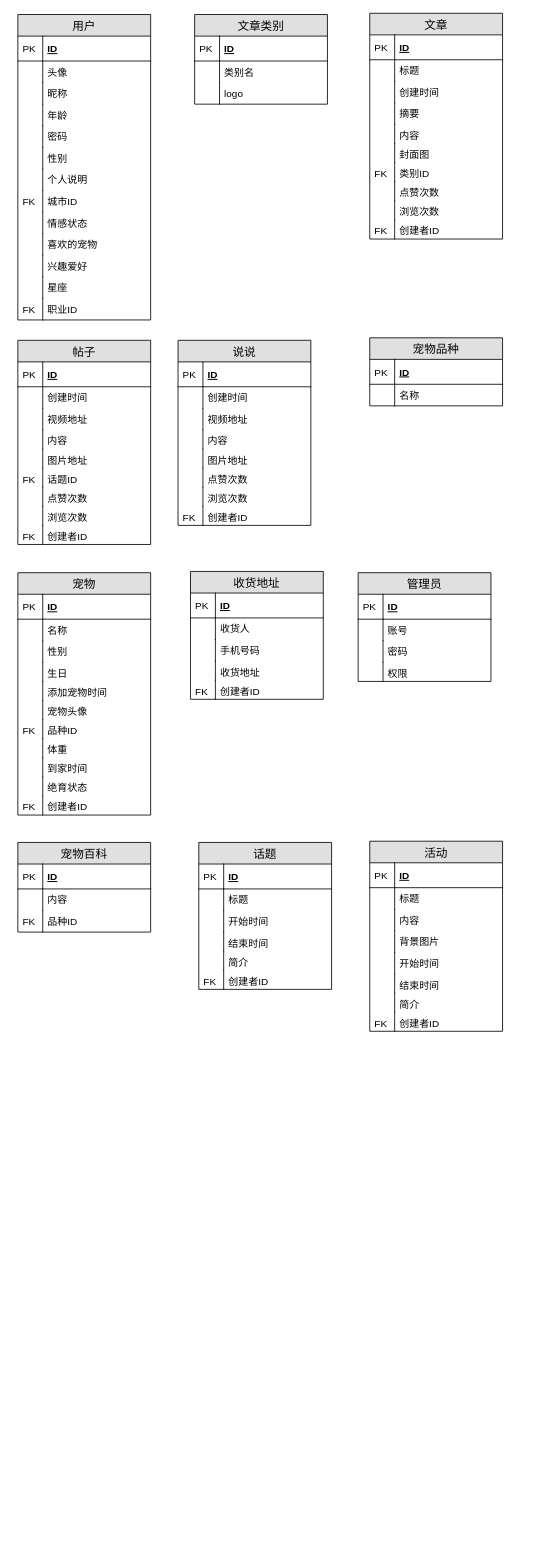
JMHello/draw keeps this draw.io diagram as pet/uml/面向对象数据库设计.drawio. Above is the earlier version. Source tidied: cells renumbered, new cells numbered last; positions are measured from the earlier drawing's top-left corner, leaving out a move shared by most shapes. Both pictures are drawn from the tidied source at 83%, with x=0, y=0 at pixel (17, 12).
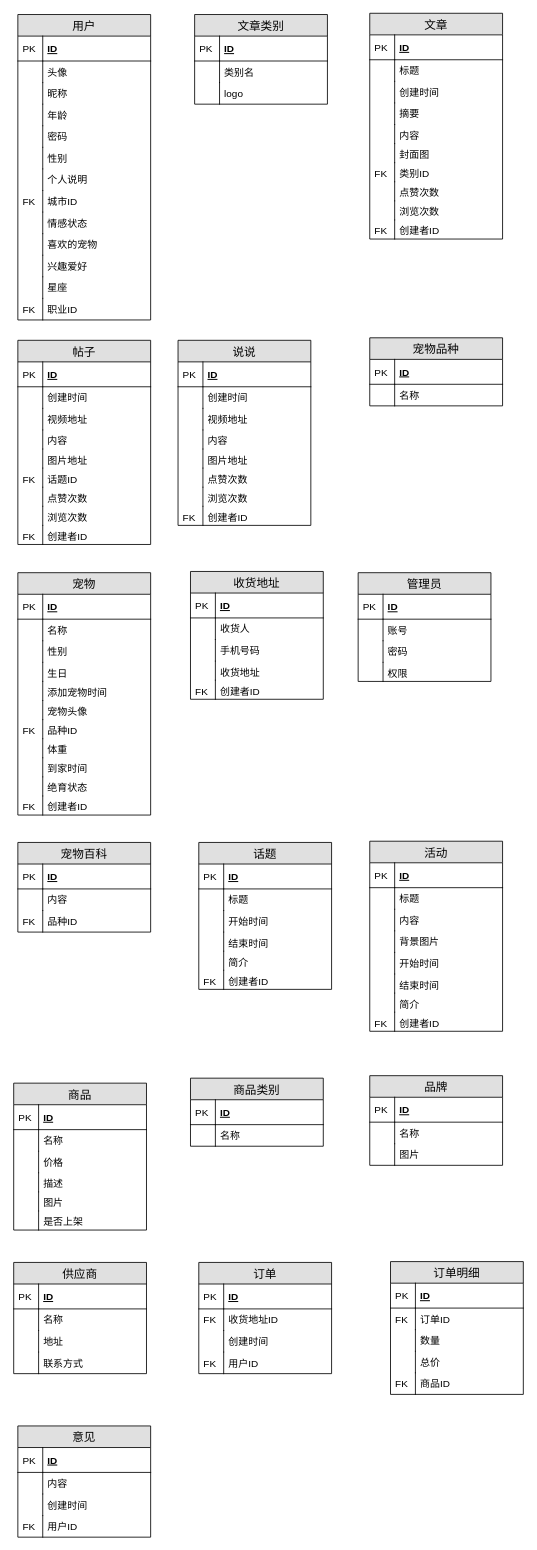
The same page after the edit.

Commit message (it also covers changes not shown here):
Update 面向对象数据库设计.drawio

Diff of the diagram source:
```diff
@@
+    <mxCell id="178" value="商品" style="swimlane;fontStyle=0;horizontal=1;startSize=26;fillColor=#e0e0e0;swimlaneFillColor=#ffffff;align=center;fontSize=14;" parent="1" vertex="1">
+      <mxGeometry x="-5" y="1289.5" width="160" height="177" as="geometry" />
+    </mxCell>
+    <mxCell id="179" value="ID" style="shape=partialRectangle;top=0;left=0;right=0;bottom=1;align=left;verticalAlign=middle;fillColor=none;spacingLeft=34;spacingRight=4;overflow=hidden;fontStyle=5;fontSize=12;" parent="178" vertex="1">
+      <mxGeometry y="26" width="160" height="30" as="geometry" />
+    </mxCell>
+    <mxCell id="180" value="PK" style="shape=partialRectangle;top=0;left=0;bottom=0;fillColor=none;align=left;verticalAlign=middle;spacingLeft=4;spacingRight=4;overflow=hidden;fontSize=12;" parent="179" vertex="1">
+      <mxGeometry width="30" height="30" as="geometry" />
+    </mxCell>
+    <mxCell id="181" value="名称" style="shape=partialRectangle;top=0;left=0;right=0;bottom=0;align=left;verticalAlign=top;fillColor=none;spacingLeft=34;spacingRight=4;overflow=hidden;fontSize=12;" parent="178" vertex="1">
+      <mxGeometry y="56" width="160" height="26" as="geometry" />
+    </mxCell>
+    <mxCell id="182" style="shape=partialRectangle;top=0;left=0;bottom=0;fillColor=none;align=left;verticalAlign=top;spacingLeft=4;spacingRight=4;overflow=hidden;fontSize=12;" parent="181" vertex="1">
+      <mxGeometry width="30" height="26" as="geometry" />
+    </mxCell>
+    <mxCell id="183" value="价格" style="shape=partialRectangle;top=0;left=0;right=0;bottom=0;align=left;verticalAlign=top;fillColor=none;spacingLeft=34;spacingRight=4;overflow=hidden;fontSize=12;" parent="178" vertex="1">
+      <mxGeometry y="82" width="160" height="26" as="geometry" />
+    </mxCell>
+    <mxCell id="184" style="shape=partialRectangle;top=0;left=0;bottom=0;fillColor=none;align=left;verticalAlign=top;spacingLeft=4;spacingRight=4;overflow=hidden;fontSize=12;" parent="183" vertex="1">
+      <mxGeometry width="30" height="26" as="geometry" />
+    </mxCell>
+    <mxCell id="185" value="描述" style="shape=partialRectangle;top=0;left=0;right=0;bottom=0;align=left;verticalAlign=top;fillColor=none;spacingLeft=34;spacingRight=4;overflow=hidden;fontSize=12;" parent="178" vertex="1">
+      <mxGeometry y="108" width="160" height="23" as="geometry" />
+    </mxCell>
+    <mxCell id="186" style="shape=partialRectangle;top=0;left=0;bottom=0;fillColor=none;align=left;verticalAlign=top;spacingLeft=4;spacingRight=4;overflow=hidden;fontSize=12;" parent="185" vertex="1">
+      <mxGeometry width="30" height="23" as="geometry" />
+    </mxCell>
+    <mxCell id="187" value="图片" style="shape=partialRectangle;top=0;left=0;right=0;bottom=0;align=left;verticalAlign=top;fillColor=none;spacingLeft=34;spacingRight=4;overflow=hidden;fontSize=12;" parent="178" vertex="1">
+      <mxGeometry y="131" width="160" height="23" as="geometry" />
+    </mxCell>
+    <mxCell id="188" style="shape=partialRectangle;top=0;left=0;bottom=0;fillColor=none;align=left;verticalAlign=top;spacingLeft=4;spacingRight=4;overflow=hidden;fontSize=12;" parent="187" vertex="1">
+      <mxGeometry width="30" height="23" as="geometry" />
+    </mxCell>
+    <mxCell id="189" value="是否上架" style="shape=partialRectangle;top=0;left=0;right=0;bottom=0;align=left;verticalAlign=top;fillColor=none;spacingLeft=34;spacingRight=4;overflow=hidden;fontSize=12;" parent="178" vertex="1">
+      <mxGeometry y="154" width="160" height="23" as="geometry" />
+    </mxCell>
+    <mxCell id="190" style="shape=partialRectangle;top=0;left=0;bottom=0;fillColor=none;align=left;verticalAlign=top;spacingLeft=4;spacingRight=4;overflow=hidden;fontSize=12;" parent="189" vertex="1">
+      <mxGeometry width="30" height="23" as="geometry" />
+    </mxCell>
+    <mxCell id="191" value="商品类别" style="swimlane;fontStyle=0;horizontal=1;startSize=26;fillColor=#e0e0e0;swimlaneFillColor=#ffffff;align=center;fontSize=14;" parent="1" vertex="1">
+      <mxGeometry x="208" y="1283.5" width="160" height="82" as="geometry" />
+    </mxCell>
+    <mxCell id="192" value="ID" style="shape=partialRectangle;top=0;left=0;right=0;bottom=1;align=left;verticalAlign=middle;fillColor=none;spacingLeft=34;spacingRight=4;overflow=hidden;fontStyle=5;fontSize=12;" parent="191" vertex="1">
+      <mxGeometry y="26" width="160" height="30" as="geometry" />
+    </mxCell>
+    <mxCell id="193" value="PK" style="shape=partialRectangle;top=0;left=0;bottom=0;fillColor=none;align=left;verticalAlign=middle;spacingLeft=4;spacingRight=4;overflow=hidden;fontSize=12;" parent="192" vertex="1">
+      <mxGeometry width="30" height="30" as="geometry" />
+    </mxCell>
+    <mxCell id="194" value="名称" style="shape=partialRectangle;top=0;left=0;right=0;bottom=0;align=left;verticalAlign=top;fillColor=none;spacingLeft=34;spacingRight=4;overflow=hidden;fontSize=12;" parent="191" vertex="1">
+      <mxGeometry y="56" width="160" height="26" as="geometry" />
+    </mxCell>
+    <mxCell id="195" style="shape=partialRectangle;top=0;left=0;bottom=0;fillColor=none;align=left;verticalAlign=top;spacingLeft=4;spacingRight=4;overflow=hidden;fontSize=12;" parent="194" vertex="1">
+      <mxGeometry width="30" height="26" as="geometry" />
+    </mxCell>
+    <mxCell id="196" value="品牌" style="swimlane;fontStyle=0;horizontal=1;startSize=26;fillColor=#e0e0e0;swimlaneFillColor=#ffffff;align=center;fontSize=14;" parent="1" vertex="1">
+      <mxGeometry x="424" y="1280.5" width="160" height="108" as="geometry" />
+    </mxCell>
+    <mxCell id="197" value="ID" style="shape=partialRectangle;top=0;left=0;right=0;bottom=1;align=left;verticalAlign=middle;fillColor=none;spacingLeft=34;spacingRight=4;overflow=hidden;fontStyle=5;fontSize=12;" parent="196" vertex="1">
+      <mxGeometry y="26" width="160" height="30" as="geometry" />
+    </mxCell>
+    <mxCell id="198" value="PK" style="shape=partialRectangle;top=0;left=0;bottom=0;fillColor=none;align=left;verticalAlign=middle;spacingLeft=4;spacingRight=4;overflow=hidden;fontSize=12;" parent="197" vertex="1">
+      <mxGeometry width="30" height="30" as="geometry" />
+    </mxCell>
+    <mxCell id="199" value="名称" style="shape=partialRectangle;top=0;left=0;right=0;bottom=0;align=left;verticalAlign=top;fillColor=none;spacingLeft=34;spacingRight=4;overflow=hidden;fontSize=12;" parent="196" vertex="1">
+      <mxGeometry y="56" width="160" height="26" as="geometry" />
+    </mxCell>
+    <mxCell id="200" style="shape=partialRectangle;top=0;left=0;bottom=0;fillColor=none;align=left;verticalAlign=top;spacingLeft=4;spacingRight=4;overflow=hidden;fontSize=12;" parent="199" vertex="1">
+      <mxGeometry width="30" height="26" as="geometry" />
+    </mxCell>
+    <mxCell id="201" value="图片" style="shape=partialRectangle;top=0;left=0;right=0;bottom=0;align=left;verticalAlign=top;fillColor=none;spacingLeft=34;spacingRight=4;overflow=hidden;fontSize=12;" parent="196" vertex="1">
+      <mxGeometry y="82" width="160" height="26" as="geometry" />
+    </mxCell>
+    <mxCell id="202" style="shape=partialRectangle;top=0;left=0;bottom=0;fillColor=none;align=left;verticalAlign=top;spacingLeft=4;spacingRight=4;overflow=hidden;fontSize=12;" parent="201" vertex="1">
+      <mxGeometry width="30" height="26" as="geometry" />
+    </mxCell>
+    <mxCell id="203" value="供应商" style="swimlane;fontStyle=0;horizontal=1;startSize=26;fillColor=#e0e0e0;swimlaneFillColor=#ffffff;align=center;fontSize=14;" parent="1" vertex="1">
+      <mxGeometry x="-5" y="1505.5" width="160" height="134" as="geometry" />
+    </mxCell>
+    <mxCell id="204" value="ID" style="shape=partialRectangle;top=0;left=0;right=0;bottom=1;align=left;verticalAlign=middle;fillColor=none;spacingLeft=34;spacingRight=4;overflow=hidden;fontStyle=5;fontSize=12;" parent="203" vertex="1">
+      <mxGeometry y="26" width="160" height="30" as="geometry" />
+    </mxCell>
+    <mxCell id="205" value="PK" style="shape=partialRectangle;top=0;left=0;bottom=0;fillColor=none;align=left;verticalAlign=middle;spacingLeft=4;spacingRight=4;overflow=hidden;fontSize=12;" parent="204" vertex="1">
+      <mxGeometry width="30" height="30" as="geometry" />
+    </mxCell>
+    <mxCell id="206" value="名称" style="shape=partialRectangle;top=0;left=0;right=0;bottom=0;align=left;verticalAlign=top;fillColor=none;spacingLeft=34;spacingRight=4;overflow=hidden;fontSize=12;" parent="203" vertex="1">
+      <mxGeometry y="56" width="160" height="26" as="geometry" />
+    </mxCell>
+    <mxCell id="207" style="shape=partialRectangle;top=0;left=0;bottom=0;fillColor=none;align=left;verticalAlign=top;spacingLeft=4;spacingRight=4;overflow=hidden;fontSize=12;" parent="206" vertex="1">
+      <mxGeometry width="30" height="26" as="geometry" />
+    </mxCell>
+    <mxCell id="208" value="地址" style="shape=partialRectangle;top=0;left=0;right=0;bottom=0;align=left;verticalAlign=top;fillColor=none;spacingLeft=34;spacingRight=4;overflow=hidden;fontSize=12;" parent="203" vertex="1">
+      <mxGeometry y="82" width="160" height="26" as="geometry" />
+    </mxCell>
+    <mxCell id="209" style="shape=partialRectangle;top=0;left=0;bottom=0;fillColor=none;align=left;verticalAlign=top;spacingLeft=4;spacingRight=4;overflow=hidden;fontSize=12;" parent="208" vertex="1">
+      <mxGeometry width="30" height="26" as="geometry" />
+    </mxCell>
+    <mxCell id="210" value="联系方式" style="shape=partialRectangle;top=0;left=0;right=0;bottom=0;align=left;verticalAlign=top;fillColor=none;spacingLeft=34;spacingRight=4;overflow=hidden;fontSize=12;" parent="203" vertex="1">
+      <mxGeometry y="108" width="160" height="26" as="geometry" />
+    </mxCell>
+    <mxCell id="211" style="shape=partialRectangle;top=0;left=0;bottom=0;fillColor=none;align=left;verticalAlign=top;spacingLeft=4;spacingRight=4;overflow=hidden;fontSize=12;" parent="210" vertex="1">
+      <mxGeometry width="30" height="26" as="geometry" />
+    </mxCell>
+    <mxCell id="212" value="订单" style="swimlane;fontStyle=0;horizontal=1;startSize=26;fillColor=#e0e0e0;swimlaneFillColor=#ffffff;align=center;fontSize=14;" parent="1" vertex="1">
+      <mxGeometry x="218" y="1505.5" width="160" height="134" as="geometry" />
+    </mxCell>
+    <mxCell id="213" value="ID" style="shape=partialRectangle;top=0;left=0;right=0;bottom=1;align=left;verticalAlign=middle;fillColor=none;spacingLeft=34;spacingRight=4;overflow=hidden;fontStyle=5;fontSize=12;" parent="212" vertex="1">
+      <mxGeometry y="26" width="160" height="30" as="geometry" />
+    </mxCell>
+    <mxCell id="214" value="PK" style="shape=partialRectangle;top=0;left=0;bottom=0;fillColor=none;align=left;verticalAlign=middle;spacingLeft=4;spacingRight=4;overflow=hidden;fontSize=12;" parent="213" vertex="1">
+      <mxGeometry width="30" height="30" as="geometry" />
+    </mxCell>
+    <mxCell id="215" value="收货地址ID&#10;" style="shape=partialRectangle;top=0;left=0;right=0;bottom=0;align=left;verticalAlign=top;fillColor=none;spacingLeft=34;spacingRight=4;overflow=hidden;fontSize=12;" parent="212" vertex="1">
+      <mxGeometry y="56" width="160" height="26" as="geometry" />
+    </mxCell>
+    <mxCell id="216" value="FK" style="shape=partialRectangle;top=0;left=0;bottom=0;fillColor=none;align=left;verticalAlign=top;spacingLeft=4;spacingRight=4;overflow=hidden;fontSize=12;" parent="215" vertex="1">
+      <mxGeometry width="30" height="26" as="geometry" />
+    </mxCell>
+    <mxCell id="217" value="创建时间" style="shape=partialRectangle;top=0;left=0;right=0;bottom=0;align=left;verticalAlign=top;fillColor=none;spacingLeft=34;spacingRight=4;overflow=hidden;fontSize=12;" parent="212" vertex="1">
+      <mxGeometry y="82" width="160" height="26" as="geometry" />
+    </mxCell>
+    <mxCell id="218" style="shape=partialRectangle;top=0;left=0;bottom=0;fillColor=none;align=left;verticalAlign=top;spacingLeft=4;spacingRight=4;overflow=hidden;fontSize=12;" parent="217" vertex="1">
+      <mxGeometry width="30" height="26" as="geometry" />
+    </mxCell>
+    <mxCell id="219" value="用户ID" style="shape=partialRectangle;top=0;left=0;right=0;bottom=0;align=left;verticalAlign=top;fillColor=none;spacingLeft=34;spacingRight=4;overflow=hidden;fontSize=12;" parent="212" vertex="1">
+      <mxGeometry y="108" width="160" height="26" as="geometry" />
+    </mxCell>
+    <mxCell id="220" value="FK" style="shape=partialRectangle;top=0;left=0;bottom=0;fillColor=none;align=left;verticalAlign=top;spacingLeft=4;spacingRight=4;overflow=hidden;fontSize=12;" parent="219" vertex="1">
+      <mxGeometry width="30" height="26" as="geometry" />
+    </mxCell>
+    <mxCell id="221" value="订单明细" style="swimlane;fontStyle=0;horizontal=1;startSize=26;fillColor=#e0e0e0;swimlaneFillColor=#ffffff;align=center;fontSize=14;" parent="1" vertex="1">
+      <mxGeometry x="449" y="1504.5" width="160" height="160" as="geometry" />
+    </mxCell>
+    <mxCell id="222" value="ID" style="shape=partialRectangle;top=0;left=0;right=0;bottom=1;align=left;verticalAlign=middle;fillColor=none;spacingLeft=34;spacingRight=4;overflow=hidden;fontStyle=5;fontSize=12;" parent="221" vertex="1">
+      <mxGeometry y="26" width="160" height="30" as="geometry" />
+    </mxCell>
+    <mxCell id="223" value="PK" style="shape=partialRectangle;top=0;left=0;bottom=0;fillColor=none;align=left;verticalAlign=middle;spacingLeft=4;spacingRight=4;overflow=hidden;fontSize=12;" parent="222" vertex="1">
+      <mxGeometry width="30" height="30" as="geometry" />
+    </mxCell>
+    <mxCell id="224" value="订单ID&#10;" style="shape=partialRectangle;top=0;left=0;right=0;bottom=0;align=left;verticalAlign=top;fillColor=none;spacingLeft=34;spacingRight=4;overflow=hidden;fontSize=12;" parent="221" vertex="1">
+      <mxGeometry y="56" width="160" height="26" as="geometry" />
+    </mxCell>
+    <mxCell id="225" value="FK" style="shape=partialRectangle;top=0;left=0;bottom=0;fillColor=none;align=left;verticalAlign=top;spacingLeft=4;spacingRight=4;overflow=hidden;fontSize=12;" parent="224" vertex="1">
+      <mxGeometry width="30" height="26" as="geometry" />
+    </mxCell>
+    <mxCell id="226" value="数量" style="shape=partialRectangle;top=0;left=0;right=0;bottom=0;align=left;verticalAlign=top;fillColor=none;spacingLeft=34;spacingRight=4;overflow=hidden;fontSize=12;" parent="221" vertex="1">
+      <mxGeometry y="82" width="160" height="26" as="geometry" />
+    </mxCell>
+    <mxCell id="227" style="shape=partialRectangle;top=0;left=0;bottom=0;fillColor=none;align=left;verticalAlign=top;spacingLeft=4;spacingRight=4;overflow=hidden;fontSize=12;" parent="226" vertex="1">
+      <mxGeometry width="30" height="26" as="geometry" />
+    </mxCell>
+    <mxCell id="228" value="总价" style="shape=partialRectangle;top=0;left=0;right=0;bottom=0;align=left;verticalAlign=top;fillColor=none;spacingLeft=34;spacingRight=4;overflow=hidden;fontSize=12;" parent="221" vertex="1">
+      <mxGeometry y="108" width="160" height="26" as="geometry" />
+    </mxCell>
+    <mxCell id="229" style="shape=partialRectangle;top=0;left=0;bottom=0;fillColor=none;align=left;verticalAlign=top;spacingLeft=4;spacingRight=4;overflow=hidden;fontSize=12;" parent="228" vertex="1">
+      <mxGeometry width="30" height="26" as="geometry" />
+    </mxCell>
+    <mxCell id="230" value="商品ID&#10;" style="shape=partialRectangle;top=0;left=0;right=0;bottom=0;align=left;verticalAlign=top;fillColor=none;spacingLeft=34;spacingRight=4;overflow=hidden;fontSize=12;" parent="221" vertex="1">
+      <mxGeometry y="134" width="160" height="26" as="geometry" />
+    </mxCell>
+    <mxCell id="231" value="FK" style="shape=partialRectangle;top=0;left=0;bottom=0;fillColor=none;align=left;verticalAlign=top;spacingLeft=4;spacingRight=4;overflow=hidden;fontSize=12;" parent="230" vertex="1">
+      <mxGeometry width="30" height="26" as="geometry" />
+    </mxCell>
+    <mxCell id="232" value="意见" style="swimlane;fontStyle=0;horizontal=1;startSize=26;fillColor=#e0e0e0;swimlaneFillColor=#ffffff;align=center;fontSize=14;" parent="1" vertex="1">
+      <mxGeometry y="1702.5" width="160" height="134" as="geometry" />
+    </mxCell>
+    <mxCell id="233" value="ID" style="shape=partialRectangle;top=0;left=0;right=0;bottom=1;align=left;verticalAlign=middle;fillColor=none;spacingLeft=34;spacingRight=4;overflow=hidden;fontStyle=5;fontSize=12;" parent="232" vertex="1">
+      <mxGeometry y="26" width="160" height="30" as="geometry" />
+    </mxCell>
+    <mxCell id="234" value="PK" style="shape=partialRectangle;top=0;left=0;bottom=0;fillColor=none;align=left;verticalAlign=middle;spacingLeft=4;spacingRight=4;overflow=hidden;fontSize=12;" parent="233" vertex="1">
+      <mxGeometry width="30" height="30" as="geometry" />
+    </mxCell>
+    <mxCell id="235" value="内容&#10;" style="shape=partialRectangle;top=0;left=0;right=0;bottom=0;align=left;verticalAlign=top;fillColor=none;spacingLeft=34;spacingRight=4;overflow=hidden;fontSize=12;" parent="232" vertex="1">
+      <mxGeometry y="56" width="160" height="26" as="geometry" />
+    </mxCell>
+    <mxCell id="236" style="shape=partialRectangle;top=0;left=0;bottom=0;fillColor=none;align=left;verticalAlign=top;spacingLeft=4;spacingRight=4;overflow=hidden;fontSize=12;" parent="235" vertex="1">
+      <mxGeometry width="30" height="26" as="geometry" />
+    </mxCell>
+    <mxCell id="237" value="创建时间" style="shape=partialRectangle;top=0;left=0;right=0;bottom=0;align=left;verticalAlign=top;fillColor=none;spacingLeft=34;spacingRight=4;overflow=hidden;fontSize=12;" parent="232" vertex="1">
+      <mxGeometry y="82" width="160" height="26" as="geometry" />
+    </mxCell>
+    <mxCell id="238" style="shape=partialRectangle;top=0;left=0;bottom=0;fillColor=none;align=left;verticalAlign=top;spacingLeft=4;spacingRight=4;overflow=hidden;fontSize=12;" parent="237" vertex="1">
+      <mxGeometry width="30" height="26" as="geometry" />
+    </mxCell>
+    <mxCell id="239" value="用户ID&#10;" style="shape=partialRectangle;top=0;left=0;right=0;bottom=0;align=left;verticalAlign=top;fillColor=none;spacingLeft=34;spacingRight=4;overflow=hidden;fontSize=12;" parent="232" vertex="1">
+      <mxGeometry y="108" width="160" height="26" as="geometry" />
+    </mxCell>
+    <mxCell id="240" value="FK" style="shape=partialRectangle;top=0;left=0;bottom=0;fillColor=none;align=left;verticalAlign=top;spacingLeft=4;spacingRight=4;overflow=hidden;fontSize=12;" parent="239" vertex="1">
+      <mxGeometry width="30" height="26" as="geometry" />
+    </mxCell>
```
